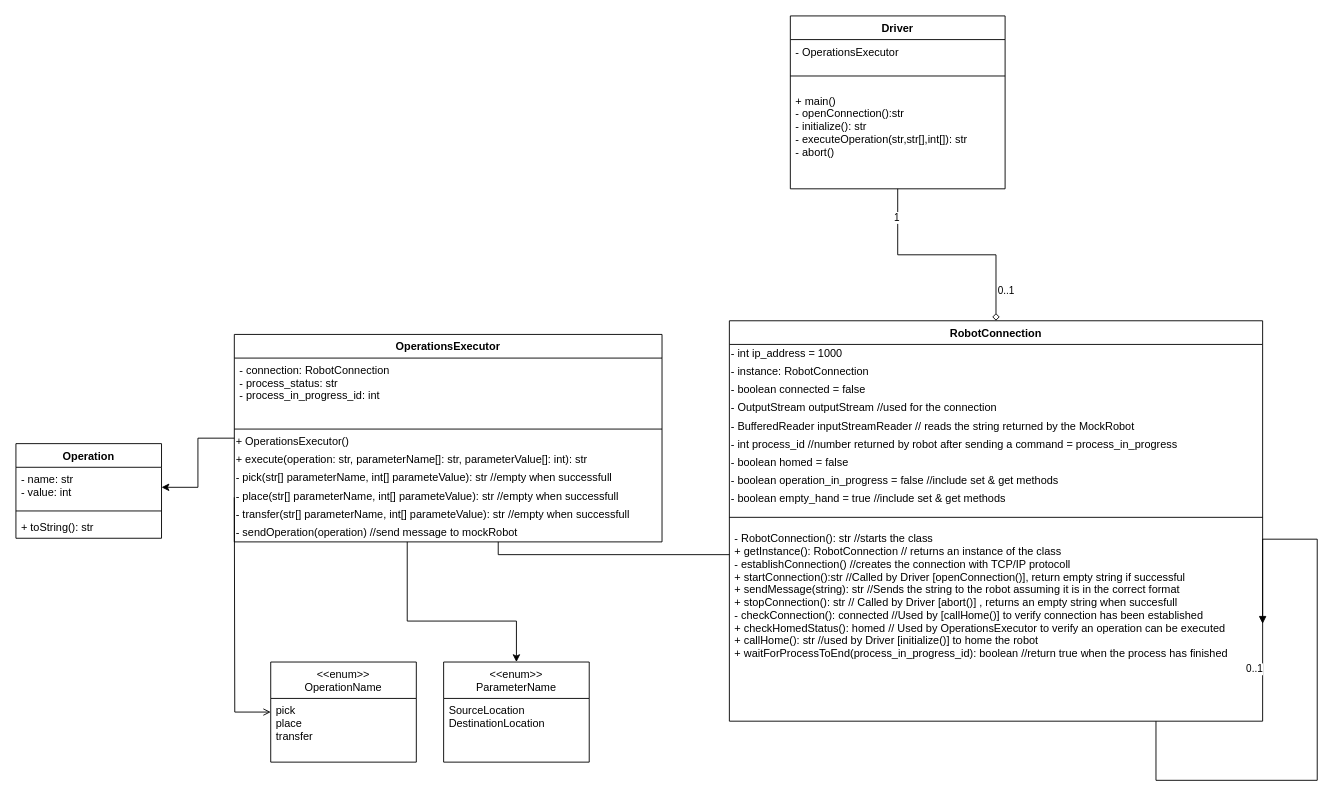
Above: Documentation/Driver Class Diagram.drawio in CristinaRiveraV/MockRobot_Device_Driver (draw.io), before the change. Source tidied: cells renumbered, new cells numbered last; positions are measured from the earlier drawing's top-left corner, leaving out a move shared by most shapes. Both pictures are drawn from the tidied source at 91%, with x=0, y=0 at pixel (15, 15).
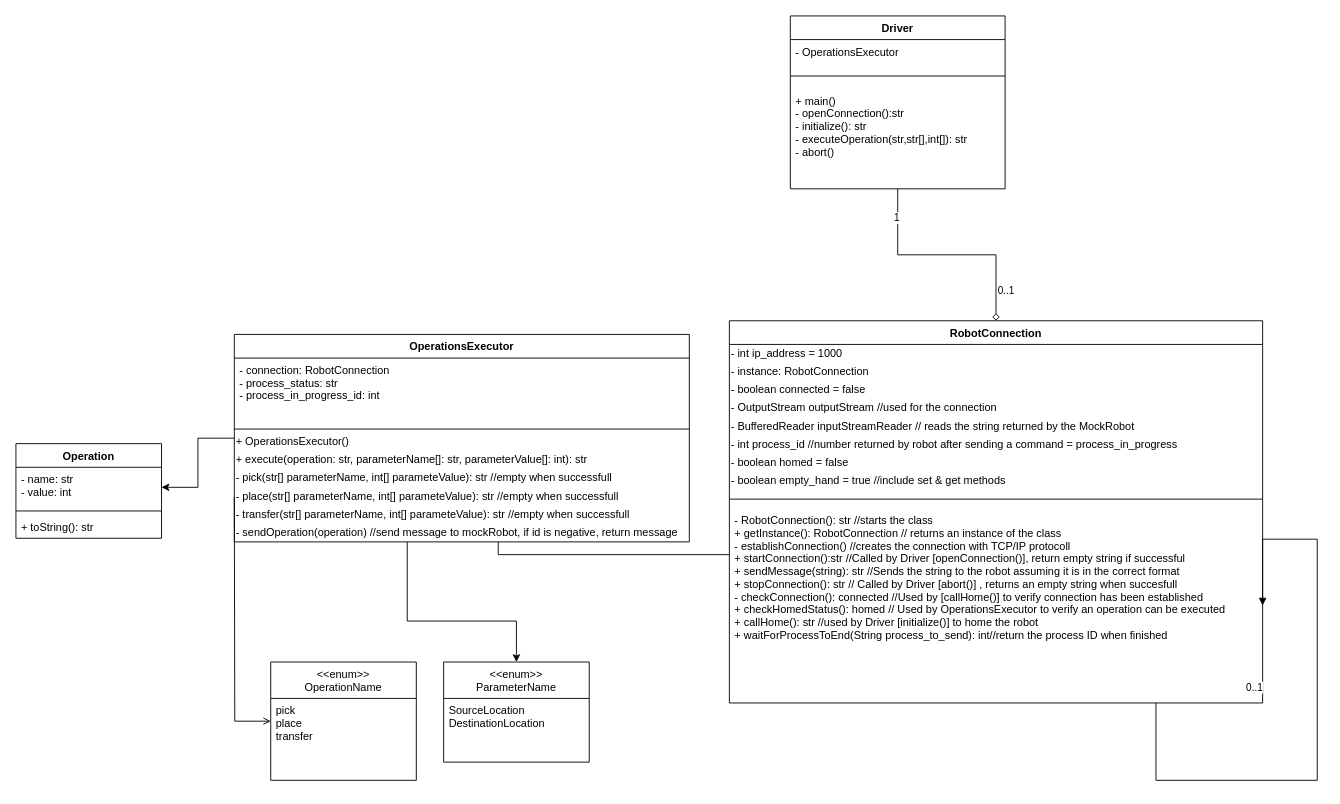
The same diagram, later.

Diff of the diagram source:
```diff
@@
     <mxCell id="6" value="RobotConnection" style="swimlane;fontStyle=1;align=center;verticalAlign=top;horizontal=1;startSize=26;" parent="1" vertex="1">
-      <mxGeometry x="784" y="335" width="586" height="440" as="geometry" />
+      <mxGeometry x="784" y="335" width="586" height="420" as="geometry" />
     </mxCell>
@@
-    <mxCell id="14" value="&lt;span&gt;- boolean&amp;nbsp;&lt;/span&gt;&lt;span&gt;operation_in_progress = false //include set &amp;amp; get methods&lt;/span&gt;" style="text;html=1;strokeColor=none;fillColor=none;align=left;verticalAlign=middle;whiteSpace=wrap;rounded=0;labelBackgroundColor=none;" parent="6" vertex="1">
-      <mxGeometry y="166" width="586" height="20" as="geometry" />
-    </mxCell>
     <mxCell id="15" value="&lt;span&gt;- boolean&amp;nbsp;&lt;/span&gt;empty_hand = true&amp;nbsp;&lt;span&gt;//include set &amp;amp; get methods&lt;/span&gt;" style="text;html=1;strokeColor=none;fillColor=none;align=left;verticalAlign=middle;whiteSpace=wrap;rounded=0;labelBackgroundColor=none;" parent="6" vertex="1">
-      <mxGeometry y="186" width="586" height="20" as="geometry" />
+      <mxGeometry y="166" width="586" height="20" as="geometry" />
     </mxCell>
     <mxCell id="16" style="line;strokeWidth=1;fillColor=none;align=left;verticalAlign=middle;spacingTop=-1;spacingLeft=3;spacingRight=3;labelPosition=right;" parent="6" vertex="1">
-      <mxGeometry y="206" width="586" height="20" as="geometry" />
+      <mxGeometry y="186" width="586" height="20" as="geometry" />
     </mxCell>
-    <mxCell id="17" value="- RobotConnection(): str //starts the class &#10;+ getInstance(): RobotConnection // returns an instance of the class&#10;- establishConnection() //creates the connection with TCP/IP protocoll&#10;+ startConnection():str //Called by Driver [openConnection()], return empty string if successful&#10;+ sendMessage(string): str //Sends the string to the robot assuming it is in the correct format&#10;+ stopConnection(): str // Called by Driver [abort()] , returns an empty string when succesfull&#10;- checkConnection(): connected //Used by [callHome()] to verify connection has been established&#10;+ checkHomedStatus(): homed // Used by OperationsExecutor to verify an operation can be executed&#10;+ callHome(): str //used by Driver [initialize()] to home the robot&#10;+ waitForProcessToEnd(process_in_progress_id): boolean //return true when the process has finished" style="text;strokeColor=none;fillColor=none;align=left;verticalAlign=top;spacingLeft=4;spacingRight=4;overflow=hidden;points=[[0,0.5],[1,0.5]];portConstraint=eastwest;labelBackgroundColor=none;" parent="6" vertex="1">
-      <mxGeometry y="226" width="586" height="214" as="geometry" />
+    <mxCell id="17" value="- RobotConnection(): str //starts the class &#10;+ getInstance(): RobotConnection // returns an instance of the class&#10;- establishConnection() //creates the connection with TCP/IP protocoll&#10;+ startConnection():str //Called by Driver [openConnection()], return empty string if successful&#10;+ sendMessage(string): str //Sends the string to the robot assuming it is in the correct format&#10;+ stopConnection(): str // Called by Driver [abort()] , returns an empty string when succesfull&#10;- checkConnection(): connected //Used by [callHome()] to verify connection has been established&#10;+ checkHomedStatus(): homed // Used by OperationsExecutor to verify an operation can be executed&#10;+ callHome(): str //used by Driver [initialize()] to home the robot&#10;+ waitForProcessToEnd(String process_to_send): int//return the process ID when finished" style="text;strokeColor=none;fillColor=none;align=left;verticalAlign=top;spacingLeft=4;spacingRight=4;overflow=hidden;points=[[0,0.5],[1,0.5]];portConstraint=eastwest;labelBackgroundColor=none;" parent="6" vertex="1">
+      <mxGeometry y="206" width="586" height="214" as="geometry" />
     </mxCell>
@@
     <mxCell id="26" value="OperationsExecutor" style="swimlane;fontStyle=1;align=center;verticalAlign=top;horizontal=1;startSize=26;" parent="1" vertex="1">
-      <mxGeometry x="240" y="350" width="470" height="228" as="geometry" />
+      <mxGeometry x="240" y="350" width="500" height="228" as="geometry" />
     </mxCell>
     <mxCell id="27" value="- connection: RobotConnection&#10;- process_status: str&#10;- process_in_progress_id: int&#10;" style="text;strokeColor=none;fillColor=none;align=left;verticalAlign=top;spacingLeft=4;spacingRight=4;overflow=hidden;" parent="26" vertex="1">
-      <mxGeometry y="26" width="470" height="74" as="geometry" />
+      <mxGeometry y="26" width="500" height="74" as="geometry" />
     </mxCell>
     <mxCell id="28" style="line;strokeWidth=1;fillColor=none;align=left;verticalAlign=middle;spacingTop=-1;spacingLeft=3;spacingRight=3;labelPosition=right;" parent="26" vertex="1">
-      <mxGeometry y="100" width="470" height="8" as="geometry" />
+      <mxGeometry y="100" width="500" height="8" as="geometry" />
     </mxCell>
     <mxCell id="29" value="+ OperationsExecutor()" style="text;html=1;strokeColor=none;fillColor=none;align=left;verticalAlign=middle;whiteSpace=wrap;rounded=0;labelBackgroundColor=none;" parent="26" vertex="1">
-      <mxGeometry y="108" width="470" height="20" as="geometry" />
+      <mxGeometry y="108" width="500" height="20" as="geometry" />
     </mxCell>
     <mxCell id="30" value="&lt;span&gt;+ execute(operation: str, parameterName[]: str, parameterValue[]: int): str&lt;/span&gt;" style="text;html=1;strokeColor=none;fillColor=none;align=left;verticalAlign=middle;whiteSpace=wrap;rounded=0;labelBackgroundColor=none;" parent="26" vertex="1">
-      <mxGeometry y="128" width="470" height="20" as="geometry" />
+      <mxGeometry y="128" width="500" height="20" as="geometry" />
     </mxCell>
     <mxCell id="31" value="&lt;span&gt;- pick(str[] parameterName, int[] parameteValue): str //empty when successfull&lt;/span&gt;" style="text;html=1;strokeColor=none;fillColor=none;align=left;verticalAlign=middle;whiteSpace=wrap;rounded=0;labelBackgroundColor=none;" parent="26" vertex="1">
-      <mxGeometry y="148" width="470" height="20" as="geometry" />
+      <mxGeometry y="148" width="500" height="20" as="geometry" />
     </mxCell>
     <mxCell id="32" value="&lt;span&gt;- place(str[] parameterName, int[] parameteValue): str //empty when successfull&lt;/span&gt;" style="text;html=1;strokeColor=none;fillColor=none;align=left;verticalAlign=middle;whiteSpace=wrap;rounded=0;labelBackgroundColor=none;" parent="26" vertex="1">
-      <mxGeometry y="168" width="470" height="20" as="geometry" />
+      <mxGeometry y="168" width="500" height="20" as="geometry" />
     </mxCell>
     <mxCell id="33" value="&lt;span&gt;- transfer(str[] parameterName, int[] parameteValue): str //empty when successfull&lt;/span&gt;" style="text;html=1;strokeColor=none;fillColor=none;align=left;verticalAlign=middle;whiteSpace=wrap;rounded=0;labelBackgroundColor=none;" parent="26" vertex="1">
-      <mxGeometry y="188" width="470" height="20" as="geometry" />
+      <mxGeometry y="188" width="500" height="20" as="geometry" />
     </mxCell>
-    <mxCell id="34" value="- sendOperation(operation) //send message to mockRobot" style="text;html=1;strokeColor=none;fillColor=none;align=left;verticalAlign=middle;whiteSpace=wrap;rounded=0;labelBackgroundColor=none;" parent="26" vertex="1">
-      <mxGeometry y="208" width="470" height="20" as="geometry" />
+    <mxCell id="34" value="- sendOperation(operation) //send message to mockRobot, if id is negative, return message" style="text;html=1;strokeColor=none;fillColor=none;align=left;verticalAlign=middle;whiteSpace=wrap;rounded=0;labelBackgroundColor=none;" parent="26" vertex="1">
+      <mxGeometry y="208" width="500" height="20" as="geometry" />
     </mxCell>
@@
     <mxCell id="36" value="&lt;&lt;enum&gt;&gt;&#10;OperationName" style="swimlane;fontStyle=0;horizontal=1;startSize=40;fillColor=none;" parent="1" vertex="1">
-      <mxGeometry x="280" y="710" width="160" height="110" as="geometry" />
+      <mxGeometry x="280" y="710" width="160" height="130" as="geometry" />
     </mxCell>
     <mxCell id="37" value="pick&#10;place&#10;transfer" style="text;strokeColor=none;fillColor=none;align=left;verticalAlign=top;spacingLeft=4;spacingRight=4;overflow=hidden;" parent="36" vertex="1">
-      <mxGeometry y="40" width="160" height="70" as="geometry" />
+      <mxGeometry y="40" width="160" height="90" as="geometry" />
     </mxCell>
```
